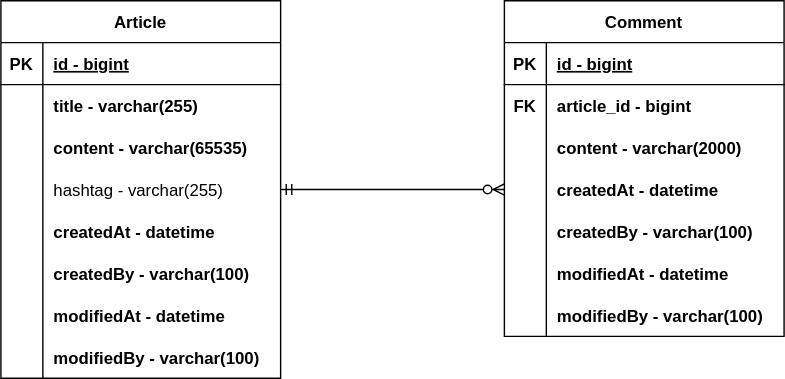
qkransrb/fastcampus-project-board keeps this draw.io diagram as document/project-board-erd.svg. Above is the earlier version. Source tidied: cells renumbered, new cells last; positions are measured from the earlier drawing's top-left corner, leaving out a move shared by most shapes.
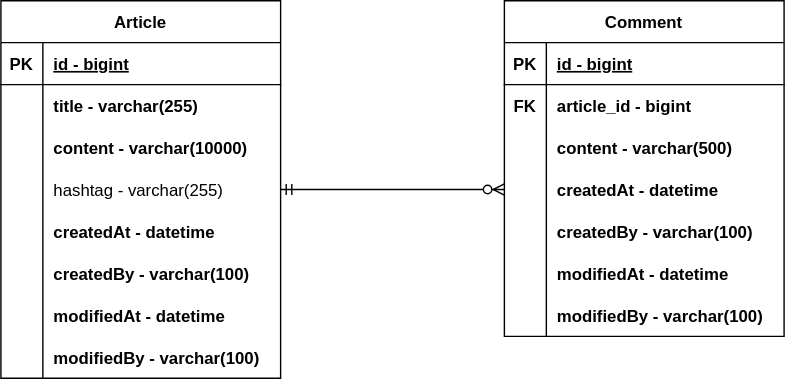
The same file after the commit.

Commit message:
#10 - ERD 다이어그램 수정 (content 사이즈 변경)

Change to the diagram source:
```diff
@@ -29,7 +29,7 @@
     <mxCell id="10" style="shape=partialRectangle;fillColor=none;top=0;left=0;bottom=0;right=0;overflow=hidden;" parent="9" vertex="1">
       <mxGeometry width="30" height="30" as="geometry" />
     </mxCell>
-    <mxCell id="11" value="content - varchar(65535)" style="shape=partialRectangle;fillColor=none;top=0;left=0;bottom=0;right=0;align=left;spacingLeft=6;overflow=hidden;fontStyle=1;" parent="9" vertex="1">
+    <mxCell id="11" value="content - varchar(10000)" style="shape=partialRectangle;fillColor=none;top=0;left=0;bottom=0;right=0;align=left;spacingLeft=6;overflow=hidden;fontStyle=1;" parent="9" vertex="1">
       <mxGeometry x="30" width="170" height="30" as="geometry" />
     </mxCell>
     <mxCell id="12" style="shape=tableRow;horizontal=0;startSize=0;swimlaneHead=0;swimlaneBody=0;fillColor=none;points=[[0,0.5],[1,0.5]];portConstraint=eastwest;top=0;left=0;right=0;bottom=0;" parent="2" vertex="1">
@@ -104,7 +104,7 @@
     <mxCell id="35" style="shape=partialRectangle;fillColor=none;top=0;left=0;bottom=0;right=0;overflow=hidden;" parent="34" vertex="1">
       <mxGeometry width="30" height="30" as="geometry" />
     </mxCell>
-    <mxCell id="36" value="content - varchar(2000)" style="shape=partialRectangle;fillColor=none;top=0;left=0;bottom=0;right=0;align=left;spacingLeft=6;overflow=hidden;fontStyle=1;" parent="34" vertex="1">
+    <mxCell id="36" value="content - varchar(500)" style="shape=partialRectangle;fillColor=none;top=0;left=0;bottom=0;right=0;align=left;spacingLeft=6;overflow=hidden;fontStyle=1;" parent="34" vertex="1">
       <mxGeometry x="30" width="170" height="30" as="geometry" />
     </mxCell>
     <mxCell id="37" style="shape=tableRow;horizontal=0;startSize=0;swimlaneHead=0;swimlaneBody=0;fillColor=none;points=[[0,0.5],[1,0.5]];portConstraint=eastwest;top=0;left=0;right=0;bottom=0;" parent="27" vertex="1">
```
